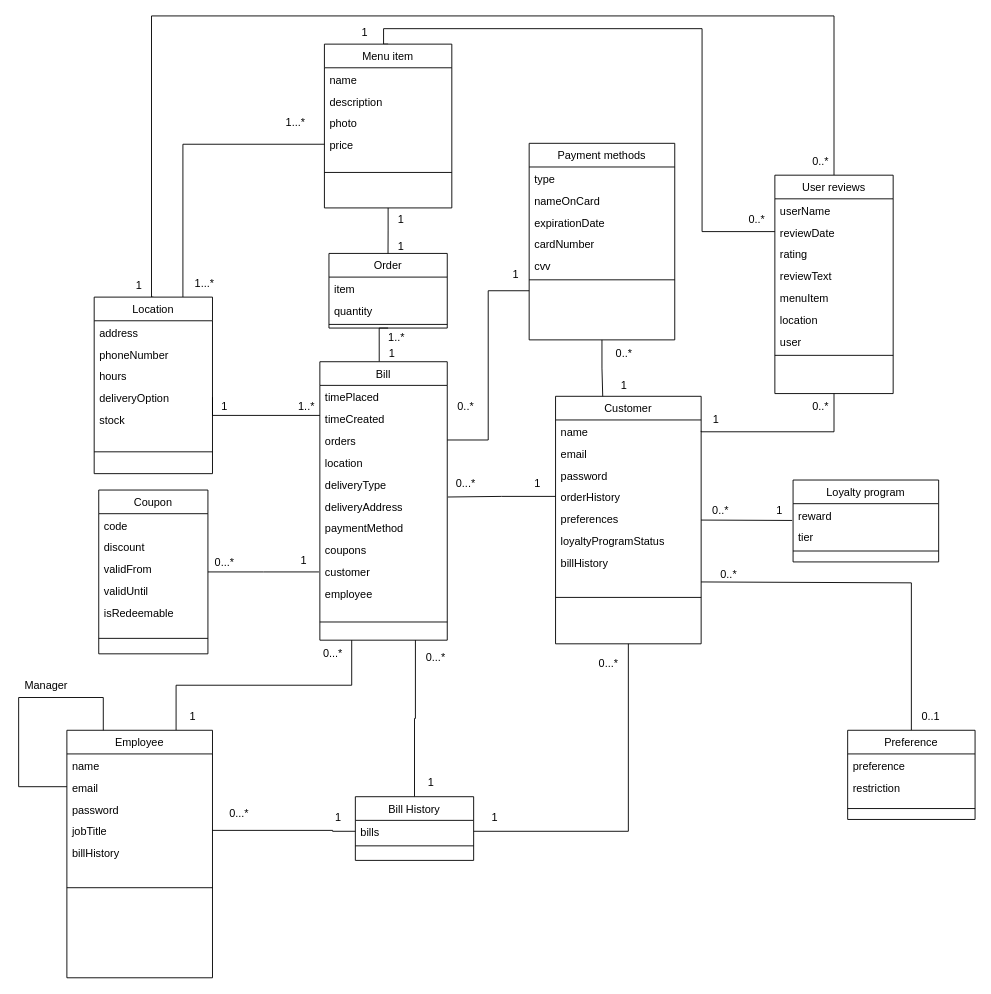
Earlier version of the draw.io diagram HLFood-entity.drawio (MaiNhatHoangY2001/HLFood). Source tidied: cells renumbered, new cells numbered last; positions are measured from the earlier drawing's top-left corner, leaving out a move shared by most shapes. Both pictures are drawn from the tidied source at 91%, with x=0, y=0 at pixel (15, 15).
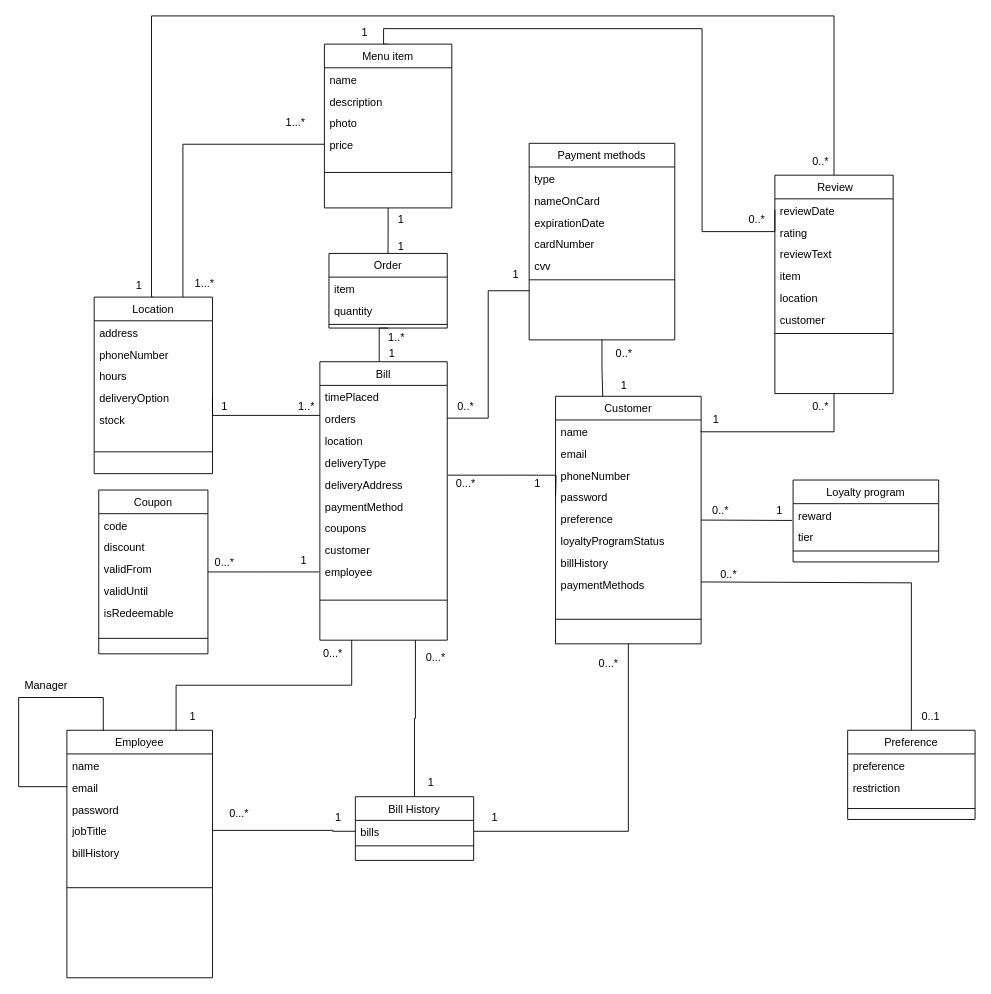
The same page after the edit.

The change refers to these unchanged cells:
```xml
<mxCell id="20" value="Bill" style="swimlane;fontStyle=0;align=center;verticalAlign=top;horizontal=1;startSize=26;rounded=0;shadow=0;strokeWidth=1;" parent="1" vertex="1">
  <mxGeometry x="334" y="380" width="140" height="306" as="geometry" />
</mxCell>
<mxCell id="32" value="Customer&#10;" style="swimlane;fontStyle=0;align=center;verticalAlign=top;horizontal=1;startSize=26;rounded=0;shadow=0;strokeWidth=1;" parent="1" vertex="1">
  <mxGeometry x="593" y="418" width="160" height="272" as="geometry" />
</mxCell>
```

Change to the diagram source:
```diff
@@
-    <mxCell id="22" value="timeCreated" style="text;align=left;verticalAlign=top;spacingLeft=4;spacingRight=4;overflow=hidden;rounded=0;shadow=0;html=0;" parent="20" vertex="1">
-      <mxGeometry y="50" width="140" height="24" as="geometry" />
-    </mxCell>
     <mxCell id="23" value="orders" style="text;align=left;verticalAlign=top;spacingLeft=4;spacingRight=4;overflow=hidden;points=[[0,0.5],[1,0.5]];portConstraint=eastwest;rounded=0;shadow=0;html=0;" parent="20" vertex="1">
-      <mxGeometry y="74" width="140" height="24" as="geometry" />
+      <mxGeometry y="50" width="140" height="24" as="geometry" />
     </mxCell>
     <mxCell id="24" value="location" style="text;align=left;verticalAlign=top;spacingLeft=4;spacingRight=4;overflow=hidden;rounded=0;shadow=0;html=0;" parent="20" vertex="1">
-      <mxGeometry y="98" width="140" height="24" as="geometry" />
+      <mxGeometry y="74" width="140" height="24" as="geometry" />
     </mxCell>
     <mxCell id="25" value="deliveryType" style="text;align=left;verticalAlign=top;spacingLeft=4;spacingRight=4;overflow=hidden;rounded=0;shadow=0;html=0;" parent="20" vertex="1">
-      <mxGeometry y="122" width="140" height="24" as="geometry" />
+      <mxGeometry y="98" width="140" height="24" as="geometry" />
     </mxCell>
     <mxCell id="26" value="deliveryAddress" style="text;align=left;verticalAlign=top;spacingLeft=4;spacingRight=4;overflow=hidden;points=[[0,0.5],[1,0.5]];portConstraint=eastwest;rounded=0;shadow=0;html=0;" parent="20" vertex="1">
-      <mxGeometry y="146" width="140" height="24" as="geometry" />
+      <mxGeometry y="122" width="140" height="24" as="geometry" />
     </mxCell>
     <mxCell id="27" value="paymentMethod" style="text;align=left;verticalAlign=top;spacingLeft=4;spacingRight=4;overflow=hidden;rounded=0;shadow=0;html=0;" parent="20" vertex="1">
-      <mxGeometry y="170" width="140" height="24" as="geometry" />
+      <mxGeometry y="146" width="140" height="24" as="geometry" />
     </mxCell>
     <mxCell id="28" value="coupons" style="text;align=left;verticalAlign=top;spacingLeft=4;spacingRight=4;overflow=hidden;rounded=0;shadow=0;html=0;" parent="20" vertex="1">
-      <mxGeometry y="194" width="140" height="24" as="geometry" />
+      <mxGeometry y="170" width="140" height="24" as="geometry" />
     </mxCell>
     <mxCell id="29" value="customer" style="text;align=left;verticalAlign=top;spacingLeft=4;spacingRight=4;overflow=hidden;rounded=0;shadow=0;html=0;" parent="20" vertex="1">
-      <mxGeometry y="218" width="140" height="24" as="geometry" />
+      <mxGeometry y="194" width="140" height="24" as="geometry" />
     </mxCell>
     <mxCell id="30" value="employee" style="text;align=left;verticalAlign=top;spacingLeft=4;spacingRight=4;overflow=hidden;rounded=0;shadow=0;html=0;" parent="20" vertex="1">
-      <mxGeometry y="242" width="140" height="24" as="geometry" />
+      <mxGeometry y="218" width="140" height="24" as="geometry" />
     </mxCell>
     <mxCell id="31" style="line;html=1;strokeWidth=1;align=left;verticalAlign=middle;spacingTop=-1;spacingLeft=3;spacingRight=3;labelPosition=right;" parent="20" vertex="1">
-      <mxGeometry y="266" width="140" height="40" as="geometry" />
+      <mxGeometry y="242" width="140" height="40" as="geometry" />
     </mxCell>
@@
+    <mxCell id="134" value="phoneNumber" style="text;align=left;verticalAlign=top;spacingLeft=4;spacingRight=4;overflow=hidden;rounded=0;shadow=0;html=0;" parent="32" vertex="1">
+      <mxGeometry y="74" width="160" height="24" as="geometry" />
+    </mxCell>
     <mxCell id="35" value="password" style="text;align=left;verticalAlign=top;spacingLeft=4;spacingRight=4;overflow=hidden;rounded=0;shadow=0;html=0;" parent="32" vertex="1">
-      <mxGeometry y="74" width="160" height="24" as="geometry" />
+      <mxGeometry y="98" width="160" height="24" as="geometry" />
     </mxCell>
-    <mxCell id="36" value="orderHistory" style="text;align=left;verticalAlign=top;spacingLeft=4;spacingRight=4;overflow=hidden;points=[[0,0.5],[1,0.5]];portConstraint=eastwest;rounded=0;shadow=0;html=0;" parent="32" vertex="1">
-      <mxGeometry y="98" width="160" height="24" as="geometry" />
-    </mxCell>
-    <mxCell id="37" value="preferences" style="text;align=left;verticalAlign=top;spacingLeft=4;spacingRight=4;overflow=hidden;rounded=0;shadow=0;html=0;" parent="32" vertex="1">
+    <mxCell id="37" value="preference" style="text;align=left;verticalAlign=top;spacingLeft=4;spacingRight=4;overflow=hidden;rounded=0;shadow=0;html=0;" parent="32" vertex="1">
       <mxGeometry y="122" width="160" height="24" as="geometry" />
     </mxCell>
@@
+    <mxCell id="135" value="paymentMethods" style="text;align=left;verticalAlign=top;spacingLeft=4;spacingRight=4;overflow=hidden;rounded=0;shadow=0;html=0;" parent="32" vertex="1">
+      <mxGeometry y="194" width="160" height="24" as="geometry" />
+    </mxCell>
     <mxCell id="40" style="line;html=1;strokeWidth=1;align=left;verticalAlign=middle;spacingTop=-1;spacingLeft=3;spacingRight=3;labelPosition=right;" parent="32" vertex="1">
-      <mxGeometry y="194" width="160" height="54" as="geometry" />
+      <mxGeometry y="218" width="160" height="54" as="geometry" />
     </mxCell>
@@
-    <mxCell id="72" value="User reviews" style="swimlane;fontStyle=0;align=center;verticalAlign=top;horizontal=1;startSize=26;rounded=0;shadow=0;strokeWidth=1;" parent="1" vertex="1">
+    <mxCell id="72" value=" Review" style="swimlane;fontStyle=0;align=center;verticalAlign=top;horizontal=1;startSize=26;rounded=0;shadow=0;strokeWidth=1;" parent="1" vertex="1">
       <mxGeometry x="834" y="175" width="130" height="240" as="geometry" />
     </mxCell>
-    <mxCell id="73" value="userName" style="text;align=left;verticalAlign=top;spacingLeft=4;spacingRight=4;overflow=hidden;rounded=0;shadow=0;html=0;" parent="72" vertex="1">
-      <mxGeometry y="26" width="130" height="24" as="geometry" />
-    </mxCell>
     <mxCell id="74" value="reviewDate" style="text;align=left;verticalAlign=top;spacingLeft=4;spacingRight=4;overflow=hidden;points=[[0,0.5],[1,0.5]];portConstraint=eastwest;rounded=0;shadow=0;html=0;" parent="72" vertex="1">
-      <mxGeometry y="50" width="130" height="24" as="geometry" />
+      <mxGeometry y="26" width="130" height="24" as="geometry" />
     </mxCell>
     <mxCell id="75" value="rating" style="text;align=left;verticalAlign=top;spacingLeft=4;spacingRight=4;overflow=hidden;rounded=0;shadow=0;html=0;" parent="72" vertex="1">
-      <mxGeometry y="74" width="130" height="24" as="geometry" />
+      <mxGeometry y="50" width="130" height="24" as="geometry" />
     </mxCell>
     <mxCell id="76" value="reviewText" style="text;align=left;verticalAlign=top;spacingLeft=4;spacingRight=4;overflow=hidden;rounded=0;shadow=0;html=0;" parent="72" vertex="1">
-      <mxGeometry y="98" width="130" height="24" as="geometry" />
+      <mxGeometry y="74" width="130" height="24" as="geometry" />
     </mxCell>
-    <mxCell id="77" value="menuItem" style="text;align=left;verticalAlign=top;spacingLeft=4;spacingRight=4;overflow=hidden;rounded=0;shadow=0;html=0;" parent="72" vertex="1">
-      <mxGeometry y="122" width="130" height="24" as="geometry" />
+    <mxCell id="77" value="item" style="text;align=left;verticalAlign=top;spacingLeft=4;spacingRight=4;overflow=hidden;rounded=0;shadow=0;html=0;" parent="72" vertex="1">
+      <mxGeometry y="98" width="130" height="24" as="geometry" />
     </mxCell>
     <mxCell id="78" value="location" style="text;align=left;verticalAlign=top;spacingLeft=4;spacingRight=4;overflow=hidden;rounded=0;shadow=0;html=0;" parent="72" vertex="1">
-      <mxGeometry y="146" width="130" height="24" as="geometry" />
+      <mxGeometry y="122" width="130" height="24" as="geometry" />
     </mxCell>
-    <mxCell id="79" value="user" style="text;align=left;verticalAlign=top;spacingLeft=4;spacingRight=4;overflow=hidden;rounded=0;shadow=0;html=0;" parent="72" vertex="1">
-      <mxGeometry y="170" width="130" height="24" as="geometry" />
+    <mxCell id="79" value="customer" style="text;align=left;verticalAlign=top;spacingLeft=4;spacingRight=4;overflow=hidden;rounded=0;shadow=0;html=0;" parent="72" vertex="1">
+      <mxGeometry y="146" width="130" height="24" as="geometry" />
     </mxCell>
     <mxCell id="80" style="line;html=1;strokeWidth=1;align=left;verticalAlign=middle;spacingTop=-1;spacingLeft=3;spacingRight=3;labelPosition=right;" parent="72" vertex="1">
-      <mxGeometry y="194" width="130" height="8" as="geometry" />
+      <mxGeometry y="170" width="130" height="8" as="geometry" />
     </mxCell>
@@
-    <mxCell id="119" style="edgeStyle=orthogonalEdgeStyle;rounded=0;jettySize=auto;html=1;exitX=0;exitY=0.5;exitDx=0;exitDy=0;entryX=1.005;entryY=0.111;entryDx=0;entryDy=0;entryPerimeter=0;endArrow=none;endFill=0;" parent="1" edge="1" source="36" target="26">
-      <mxGeometry relative="1" as="geometry" />
+    <mxCell id="119" style="edgeStyle=orthogonalEdgeStyle;rounded=0;jettySize=auto;html=1;exitX=0;exitY=0.5;exitDx=0;exitDy=0;entryX=1.005;entryY=0.111;entryDx=0;entryDy=0;entryPerimeter=0;endArrow=none;endFill=0;" parent="1" edge="1" target="26">
+      <mxGeometry relative="1" as="geometry">
+        <mxPoint x="593" y="528" as="sourcePoint" />
+      </mxGeometry>
     </mxCell>
```
